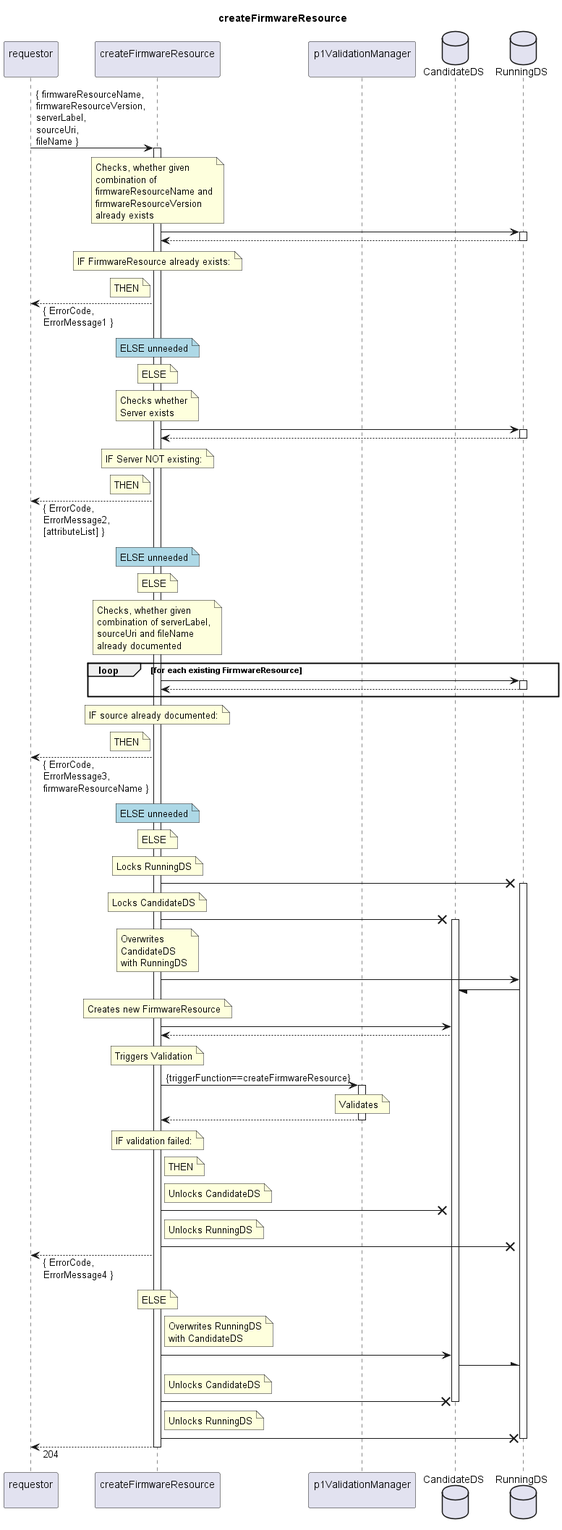
openBackhaul/FirmWareManager keeps this PlantUML diagram as spec/Services/createFirmwareResource/1.0.0/createFirmwareResource.png. Above is the earlier version.
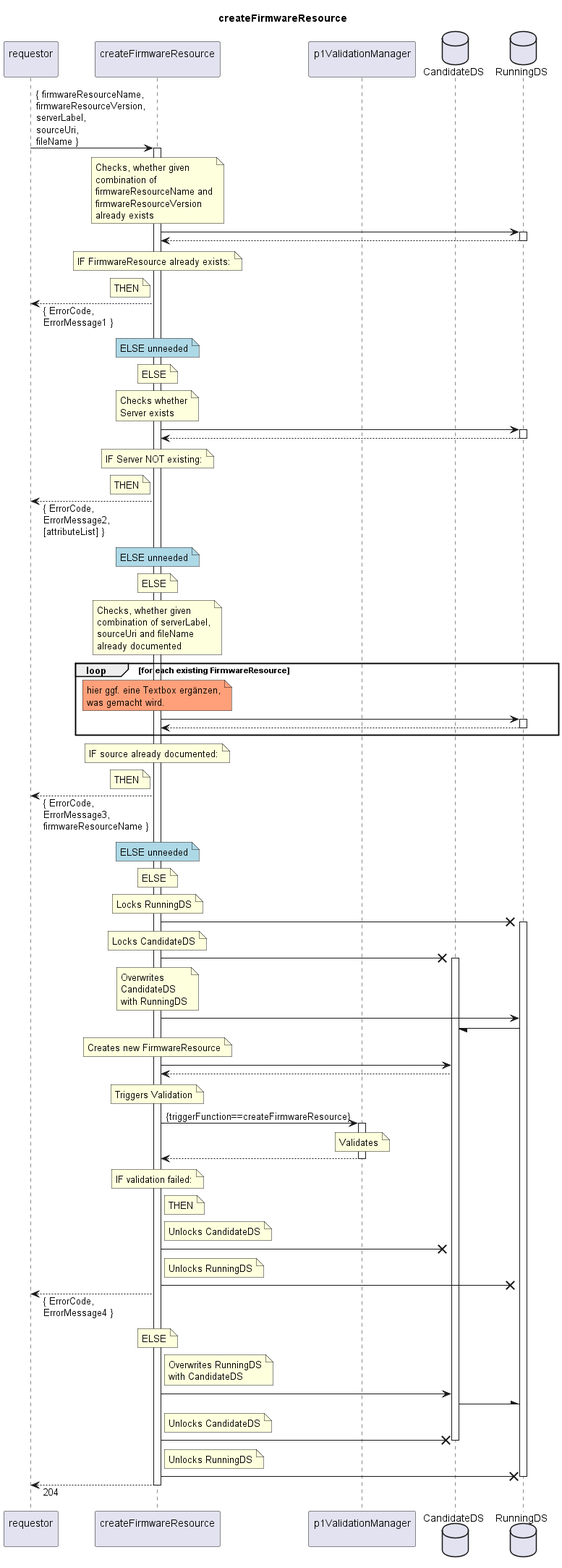
After the change.

Change to the diagram source:
```diff
@@ -69,6 +69,10 @@
     already documented
   end note
   loop for each existing FirmwareResource
+    note over cur #LightSalmon
+      hier ggf. eine Textbox ergänzen,
+      was gemacht wird.
+    end note
     cur -> RunDS
     activate RunDS
     cur <-- RunDS
```
